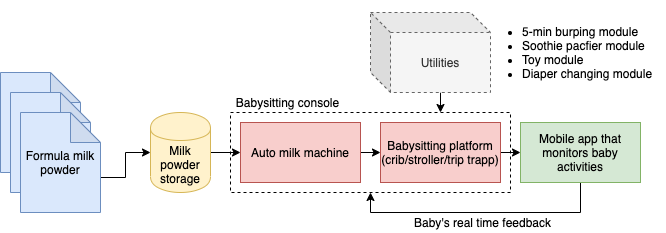
yueguoguo/yueguoguo.github.io keeps this draw.io diagram as images/babysitting_pipeline.png. Above is the earlier version. Source tidied: cells renumbered, new cells last; positions are measured from the earlier drawing's top-left corner, leaving out a move shared by most shapes.
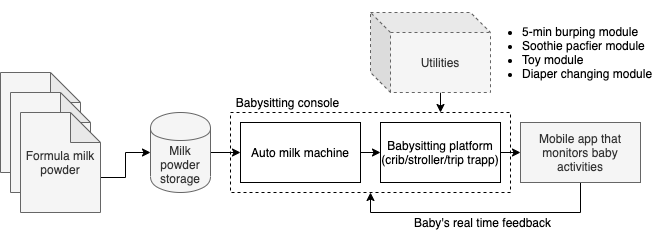
The same file after the commit.

Change to the diagram source:
```diff
@@ -8,25 +8,25 @@
     <mxCell id="3" style="edgeStyle=orthogonalEdgeStyle;rounded=0;jettySize=auto;html=1;exitX=1;exitY=0.5;exitDx=0;exitDy=0;entryX=0;entryY=0.5;entryDx=0;entryDy=0;" parent="1" edge="1" source="4" target="14">
       <mxGeometry relative="1" as="geometry" />
     </mxCell>
-    <mxCell id="4" value="Milk powder storage" style="shape=cylinder;whiteSpace=wrap;html=1;boundedLbl=1;backgroundOutline=1;fillColor=#fff2cc;strokeColor=#d6b656;" parent="1" vertex="1">
+    <mxCell id="4" value="Milk powder storage" style="shape=cylinder;whiteSpace=wrap;html=1;boundedLbl=1;backgroundOutline=1;fillColor=#f5f5f5;strokeColor=#666666;fontColor=#333333;" parent="1" vertex="1">
       <mxGeometry x="150" y="100" width="60" height="80" as="geometry" />
     </mxCell>
     <mxCell id="5" style="edgeStyle=orthogonalEdgeStyle;rounded=0;jettySize=auto;html=1;exitX=1;exitY=0.5;exitDx=0;exitDy=0;entryX=0;entryY=0.5;entryDx=0;entryDy=0;" parent="1" edge="1" source="6" target="12">
       <mxGeometry relative="1" as="geometry" />
     </mxCell>
-    <mxCell id="6" value="Babysitting platform (crib/stroller/trip trapp)" style="rounded=0;whiteSpace=wrap;html=1;fillColor=#f8cecc;strokeColor=#b85450;" parent="1" vertex="1">
+    <mxCell id="6" value="Babysitting platform (crib/stroller/trip trapp)" style="rounded=0;whiteSpace=wrap;html=1;" parent="1" vertex="1">
       <mxGeometry x="380" y="110" width="120" height="60" as="geometry" />
     </mxCell>
-    <mxCell id="7" value="Raw data source files" style="shape=note;whiteSpace=wrap;html=1;backgroundOutline=1;darkOpacity=0.05;fillColor=#dae8fc;strokeColor=#6c8ebf;" parent="1" vertex="1">
+    <mxCell id="7" value="Raw data source files" style="shape=note;whiteSpace=wrap;html=1;backgroundOutline=1;darkOpacity=0.05;fillColor=#f5f5f5;strokeColor=#666666;fontColor=#333333;" parent="1" vertex="1">
       <mxGeometry y="60" width="80" height="100" as="geometry" />
     </mxCell>
-    <mxCell id="8" value="Raw data source files" style="shape=note;whiteSpace=wrap;html=1;backgroundOutline=1;darkOpacity=0.05;fillColor=#dae8fc;strokeColor=#6c8ebf;" parent="1" vertex="1">
+    <mxCell id="8" value="Raw data source files" style="shape=note;whiteSpace=wrap;html=1;backgroundOutline=1;darkOpacity=0.05;fillColor=#f5f5f5;strokeColor=#666666;fontColor=#333333;" parent="1" vertex="1">
       <mxGeometry x="10" y="80" width="80" height="100" as="geometry" />
     </mxCell>
     <mxCell id="9" style="edgeStyle=orthogonalEdgeStyle;rounded=0;jettySize=auto;html=1;exitX=0;exitY=0;exitDx=80;exitDy=65;exitPerimeter=0;entryX=0;entryY=0.5;entryDx=0;entryDy=0;" parent="1" edge="1" source="10" target="4">
       <mxGeometry relative="1" as="geometry" />
     </mxCell>
-    <mxCell id="10" value="Formula milk powder" style="shape=note;whiteSpace=wrap;html=1;backgroundOutline=1;darkOpacity=0.05;fillColor=#dae8fc;strokeColor=#6c8ebf;" parent="1" vertex="1">
+    <mxCell id="10" value="Formula milk powder" style="shape=note;whiteSpace=wrap;html=1;backgroundOutline=1;darkOpacity=0.05;fillColor=#f5f5f5;strokeColor=#666666;fontColor=#333333;" parent="1" vertex="1">
       <mxGeometry x="20" y="100" width="80" height="100" as="geometry" />
     </mxCell>
     <mxCell id="11" style="edgeStyle=orthogonalEdgeStyle;rounded=0;jettySize=auto;html=1;exitX=0.5;exitY=1;exitDx=0;exitDy=0;entryX=0.5;entryY=1;entryDx=0;entryDy=0;" parent="1" edge="1" source="12" target="2">
@@ -37,13 +37,13 @@
         </Array>
       </mxGeometry>
     </mxCell>
-    <mxCell id="12" value="Mobile app that monitors baby activities" style="rounded=0;whiteSpace=wrap;html=1;fillColor=#d5e8d4;strokeColor=#82b366;" parent="1" vertex="1">
+    <mxCell id="12" value="Mobile app that monitors baby activities" style="rounded=0;whiteSpace=wrap;html=1;fillColor=#f5f5f5;strokeColor=#666666;fontColor=#333333;" parent="1" vertex="1">
       <mxGeometry x="520" y="110" width="120" height="60" as="geometry" />
     </mxCell>
     <mxCell id="13" style="edgeStyle=orthogonalEdgeStyle;rounded=0;jettySize=auto;html=1;exitX=1;exitY=0.5;exitDx=0;exitDy=0;entryX=0;entryY=0.5;entryDx=0;entryDy=0;" parent="1" edge="1" source="14" target="6">
       <mxGeometry relative="1" as="geometry" />
     </mxCell>
-    <mxCell id="14" value="Auto milk machine" style="rounded=0;whiteSpace=wrap;html=1;fillColor=#f8cecc;strokeColor=#b85450;" parent="1" vertex="1">
+    <mxCell id="14" value="Auto milk machine" style="rounded=0;whiteSpace=wrap;html=1;" parent="1" vertex="1">
       <mxGeometry x="240" y="110" width="120" height="60" as="geometry" />
     </mxCell>
     <mxCell id="15" value="Baby's real time feedback" style="text;html=1;strokeColor=none;fillColor=none;align=center;verticalAlign=middle;whiteSpace=wrap;rounded=0;" parent="1" vertex="1">
```
